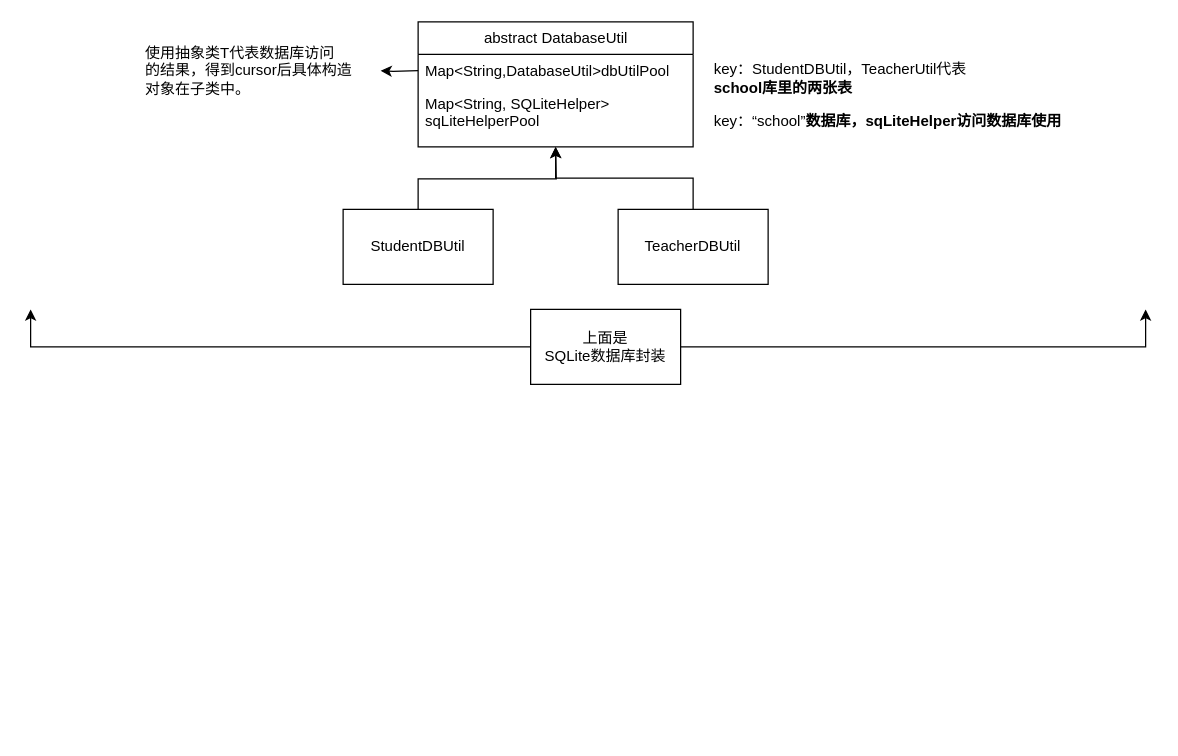
Before: WorkRecord/项目相关问题.drawio in baizhu0414/Diagrams, a draw.io diagram. Source tidied: cells renumbered, new cells numbered last; positions are measured from the earlier drawing's top-left corner, leaving out a move shared by most shapes. Both pictures are drawn from the tidied source at 125%, with x=0, y=0 at pixel (30, 21).
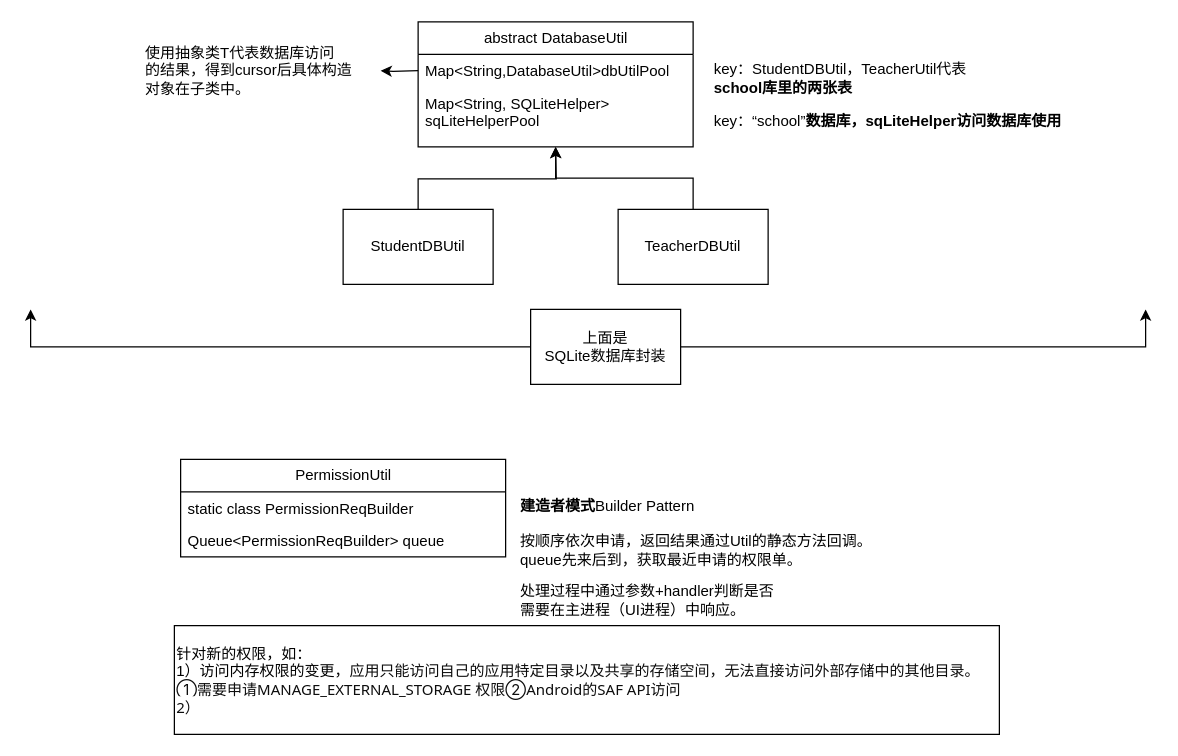
Above is the later version.

Diff of the diagram source:
```diff
@@
+    <mxCell id="16" value="PermissionUtil" style="swimlane;fontStyle=0;horizontal=1;startSize=26;fillColor=none;html=1;" parent="1" vertex="1">
+      <mxGeometry x="120" y="350" width="260" height="78" as="geometry" />
+    </mxCell>
+    <mxCell id="17" value="static&amp;nbsp;class PermissionReqBuilder" style="text;strokeColor=none;fillColor=none;align=left;verticalAlign=top;spacingLeft=4;spacingRight=4;overflow=hidden;whiteSpace=wrap;html=1;" parent="16" vertex="1">
+      <mxGeometry y="26" width="260" height="26" as="geometry" />
+    </mxCell>
+    <mxCell id="18" value="Queue&amp;lt;PermissionReqBuilder&amp;gt;&amp;nbsp;queue" style="text;strokeColor=none;fillColor=none;align=left;verticalAlign=top;spacingLeft=4;spacingRight=4;overflow=hidden;whiteSpace=wrap;html=1;" parent="16" vertex="1">
+      <mxGeometry y="52" width="260" height="26" as="geometry" />
+    </mxCell>
+    <mxCell id="19" value="&lt;b&gt;建造者模式&lt;/b&gt;Builder&amp;nbsp;Pattern" style="text;html=1;align=left;verticalAlign=middle;strokeColor=none;fillColor=none;" parent="1" vertex="1">
+      <mxGeometry x="390" y="373" width="160" height="30" as="geometry" />
+    </mxCell>
+    <mxCell id="20" value="按顺序依次申请，返回结果通过Util的静态方法回调。&lt;div&gt;queue先来后到，获取最近申请的权限单。&lt;/div&gt;" style="text;html=1;align=left;verticalAlign=middle;strokeColor=none;fillColor=none;" parent="1" vertex="1">
+      <mxGeometry x="390" y="403" width="300" height="40" as="geometry" />
+    </mxCell>
+    <mxCell id="21" value="处理过程中通过参数+handler判断是否&lt;div&gt;需要在主进程（UI进程）中响应。&lt;/div&gt;" style="text;html=1;align=left;verticalAlign=middle;strokeColor=none;fillColor=none;" parent="1" vertex="1">
+      <mxGeometry x="390" y="443" width="230" height="40" as="geometry" />
+    </mxCell>
+    <mxCell id="22" value="针对新的权限，如：&lt;div style=&quot;font-size: 12px;&quot;&gt;1）访问内存权限的变更，&lt;span style=&quot;color: rgb(13, 13, 13); font-family: Söhne, ui-sans-serif, system-ui, -apple-system, &amp;quot;Segoe UI&amp;quot;, Roboto, Ubuntu, Cantarell, &amp;quot;Noto Sans&amp;quot;, sans-serif, &amp;quot;Helvetica Neue&amp;quot;, Arial, &amp;quot;Apple Color Emoji&amp;quot;, &amp;quot;Segoe UI Emoji&amp;quot;, &amp;quot;Segoe UI Symbol&amp;quot;, &amp;quot;Noto Color Emoji&amp;quot;; font-size: 12px; white-space-collapse: preserve; background-color: rgb(255, 255, 255);&quot;&gt;应用只能访问自己的应用特定目录以及共享的存储空间，无法直接访问外部存储中的其他目录。①需要申请&lt;/span&gt;&lt;span style=&quot;background-color: rgb(255, 255, 255); color: rgb(13, 13, 13); font-family: Söhne, ui-sans-serif, system-ui, -apple-system, &amp;quot;Segoe UI&amp;quot;, Roboto, Ubuntu, Cantarell, &amp;quot;Noto Sans&amp;quot;, sans-serif, &amp;quot;Helvetica Neue&amp;quot;, Arial, &amp;quot;Apple Color Emoji&amp;quot;, &amp;quot;Segoe UI Emoji&amp;quot;, &amp;quot;Segoe UI Symbol&amp;quot;, &amp;quot;Noto Color Emoji&amp;quot;; font-size: 12px; white-space-collapse: preserve;&quot;&gt;MANAGE_EXTERNAL_STORAGE 权限②Android的SAF API访问&lt;/span&gt;&lt;/div&gt;&lt;div style=&quot;font-size: 12px;&quot;&gt;&lt;span style=&quot;background-color: rgb(255, 255, 255); color: rgb(13, 13, 13); font-family: Söhne, ui-sans-serif, system-ui, -apple-system, &amp;quot;Segoe UI&amp;quot;, Roboto, Ubuntu, Cantarell, &amp;quot;Noto Sans&amp;quot;, sans-serif, &amp;quot;Helvetica Neue&amp;quot;, Arial, &amp;quot;Apple Color Emoji&amp;quot;, &amp;quot;Segoe UI Emoji&amp;quot;, &amp;quot;Segoe UI Symbol&amp;quot;, &amp;quot;Noto Color Emoji&amp;quot;; font-size: 12px; white-space-collapse: preserve;&quot;&gt;2）&lt;/span&gt;&lt;/div&gt;" style="whiteSpace=wrap;html=1;fontSize=12;align=left;" parent="1" vertex="1">
+      <mxGeometry x="115" y="483" width="660" height="87" as="geometry" />
+    </mxCell>
```
